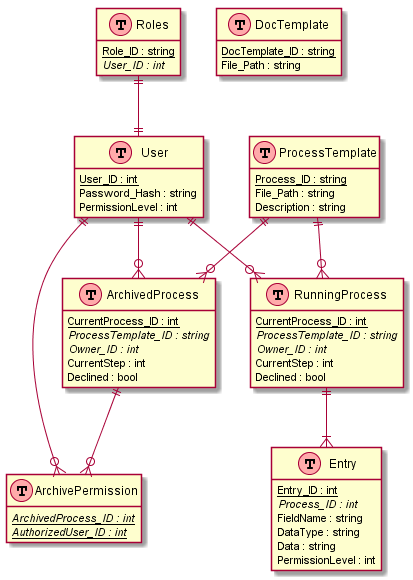
JuNord/dynamicDocs keeps this PlantUML diagram as DynamicDocsWPF/DynamicDocsWPF/PlantUML/Database.png. Above is the earlier version.
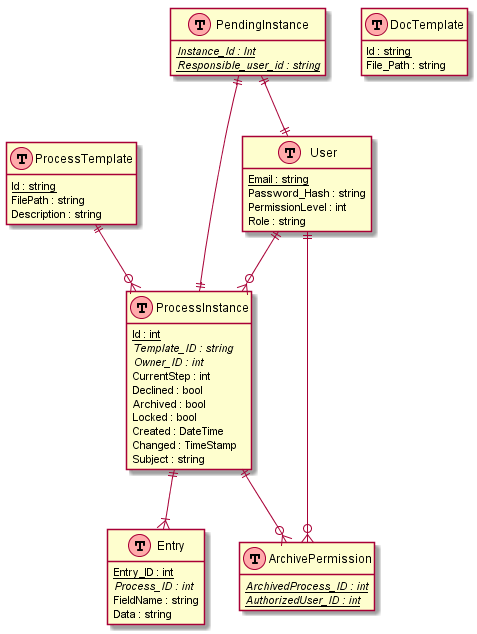
Later version of the same file.

What changed in the source:
```diff
@@ -2,52 +2,49 @@
 hide methods
 hide stereotypes
 
-User ||--o{ RunningProcess
-ProcessTemplate ||--o{ RunningProcess
-User ||--o{ ArchivedProcess
-ProcessTemplate ||--o{ ArchivedProcess
+User ||--o{ ProcessInstance
+ProcessTemplate ||--o{ ProcessInstance
 User ||--o{ ArchivePermission
-ArchivedProcess ||--o{ ArchivePermission
-RunningProcess ||--|{ Entry
-Roles ||--|| User
+ProcessInstance ||--o{ ArchivePermission
+ProcessInstance ||--|{ Entry
+PendingInstance ||--|| ProcessInstance
+PendingInstance ||--|| User
 
 
 class User << (T,#FFAAAA) >> {
-    <u>User_ID : int</u>
+    <u>Email : string</u>
     Password_Hash : string
     PermissionLevel : int
+    Role : string
 }
 
 class DocTemplate << (T,#FFAAAA) >>{
-    <u>DocTemplate_ID : string</u>
+    <u>Id : string</u>
     File_Path : string
 }
 
 class ProcessTemplate << (T,#FFAAAA) >> {
-    <u>Process_ID : string</u>
-    File_Path : string
+    <u>Id : string</u>
+    FilePath : string
     Description : string
 }
 
-class RunningProcess << (T,#FFAAAA) >>{
-    <u>CurrentProcess_ID : int</u>
-    <i>ProcessTemplate_ID : string</i>
+class PendingInstance << (T,#FFAAAA) >>{
+    <u><i>Instance_Id : Int</i></u>
+    <u><i>Responsible_user_id : string</i></u>
+}
+
+class ProcessInstance << (T,#FFAAAA) >>{
+    <u>Id : int</u>
+    <i>Template_ID : string</i>
     <i>Owner_ID : int</i>
     CurrentStep : int
     Declined : bool
-}
-
-class Roles << (T,#FFAAAA) >>{
-    <u>Role_ID : string</u>
-    <i>User_ID : int</i>
-}
-
-class ArchivedProcess << (T,#FFAAAA) >>{
-    <u>CurrentProcess_ID : int</u>
-    <i>ProcessTemplate_ID : string</i>
-    <i>Owner_ID : int</i>
-    CurrentStep : int
-    Declined : bool
+    Archived : bool
+    Locked : bool
+    Created : DateTime
+    Changed : TimeStamp
+    Subject : string
 }
 
 class ArchivePermission << (T,#FFAAAA) >>{
@@ -59,8 +56,6 @@
     <u>Entry_ID : int</u>
     <i>Process_ID : int</i>
     FieldName : string
-    DataType : string
     Data : string
-    PermissionLevel : int
 }
 @enduml
```
